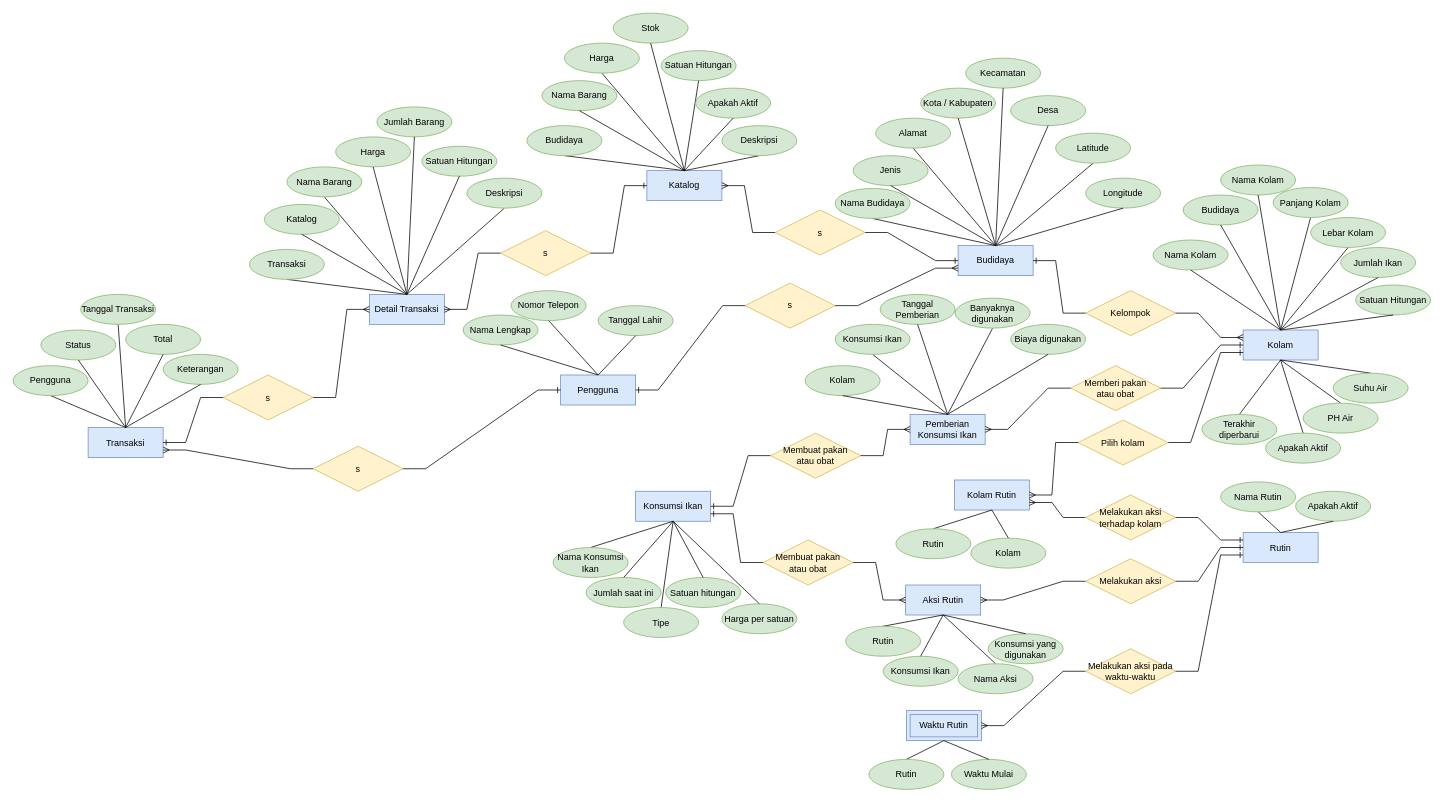
azliR/IF214002 keeps this draw.io diagram as pertemuan2/pertemuan2.drawio. Above is the earlier version. Source tidied: cells renumbered, new cells numbered last; positions are measured from the earlier drawing's top-left corner, leaving out a move shared by most shapes. Both pictures are drawn from the tidied source at 75%, with x=0, y=0 at pixel (13, 13).
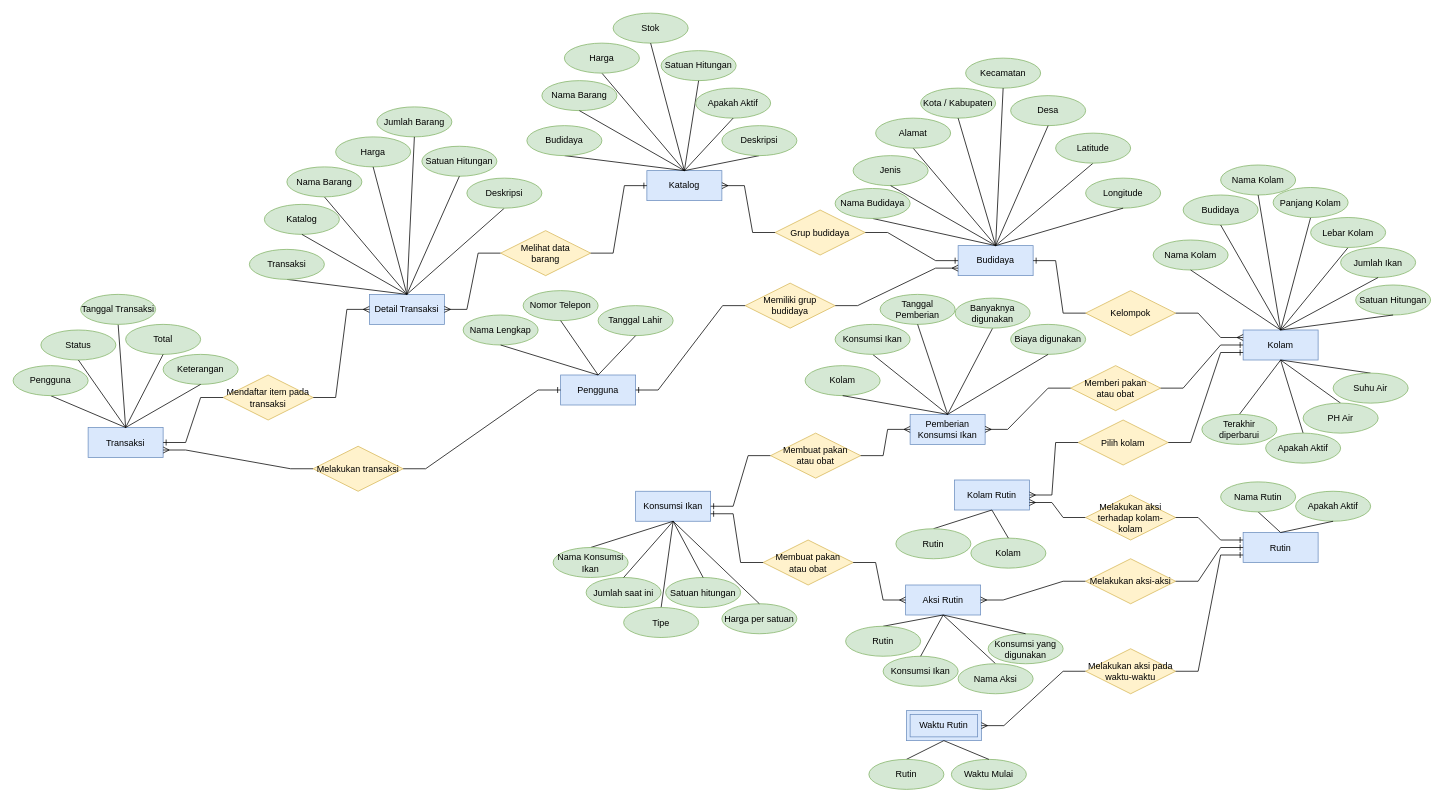
The same page after the edit.

Diff of the diagram source:
```diff
@@
     <mxCell id="3" value="Nomor Telepon" style="ellipse;whiteSpace=wrap;html=1;align=center;fillColor=#d5e8d4;strokeColor=#82b366;" parent="1" vertex="1">
-      <mxGeometry x="664" y="370" width="100" height="40" as="geometry" />
+      <mxGeometry x="680" y="370" width="100" height="40" as="geometry" />
     </mxCell>
@@
-    <mxCell id="111" value="Melakukan aksi terhadap kolam" style="shape=rhombus;perimeter=rhombusPerimeter;whiteSpace=wrap;html=1;align=center;fillColor=#fff2cc;strokeColor=#d6b656;" parent="1" vertex="1">
+    <mxCell id="111" value="Melakukan aksi terhadap kolam-kolam" style="shape=rhombus;perimeter=rhombusPerimeter;whiteSpace=wrap;html=1;align=center;fillColor=#fff2cc;strokeColor=#d6b656;" parent="1" vertex="1">
       <mxGeometry x="1430" y="642.5" width="120" height="60" as="geometry" />
     </mxCell>
@@
-    <mxCell id="114" value="Melakukan aksi" style="shape=rhombus;perimeter=rhombusPerimeter;whiteSpace=wrap;html=1;align=center;fillColor=#fff2cc;strokeColor=#d6b656;" parent="1" vertex="1">
+    <mxCell id="114" value="Melakukan aksi-aksi" style="shape=rhombus;perimeter=rhombusPerimeter;whiteSpace=wrap;html=1;align=center;fillColor=#fff2cc;strokeColor=#d6b656;" parent="1" vertex="1">
       <mxGeometry x="1430" y="727.5" width="120" height="60" as="geometry" />
     </mxCell>
@@
-    <mxCell id="132" value="s" style="shape=rhombus;perimeter=rhombusPerimeter;whiteSpace=wrap;html=1;align=center;fillColor=#fff2cc;strokeColor=#d6b656;" parent="1" vertex="1">
+    <mxCell id="132" value="Grup budidaya" style="shape=rhombus;perimeter=rhombusPerimeter;whiteSpace=wrap;html=1;align=center;fillColor=#fff2cc;strokeColor=#d6b656;" parent="1" vertex="1">
       <mxGeometry x="1016" y="262.5" width="120" height="60" as="geometry" />
     </mxCell>
@@
-    <mxCell id="161" value="s" style="shape=rhombus;perimeter=rhombusPerimeter;whiteSpace=wrap;html=1;align=center;fillColor=#fff2cc;strokeColor=#d6b656;" parent="1" vertex="1">
+    <mxCell id="161" value="Melihat data &lt;br&gt;barang" style="shape=rhombus;perimeter=rhombusPerimeter;whiteSpace=wrap;html=1;align=center;fillColor=#fff2cc;strokeColor=#d6b656;" parent="1" vertex="1">
       <mxGeometry x="650" y="290" width="120" height="60" as="geometry" />
     </mxCell>
@@
-    <mxCell id="164" value="s" style="shape=rhombus;perimeter=rhombusPerimeter;whiteSpace=wrap;html=1;align=center;fillColor=#fff2cc;strokeColor=#d6b656;" parent="1" vertex="1">
+    <mxCell id="164" value="Mendaftar item pada transaksi" style="shape=rhombus;perimeter=rhombusPerimeter;whiteSpace=wrap;html=1;align=center;fillColor=#fff2cc;strokeColor=#d6b656;" parent="1" vertex="1">
       <mxGeometry x="280" y="482.5" width="120" height="60" as="geometry" />
     </mxCell>
@@
-    <mxCell id="167" value="s" style="shape=rhombus;perimeter=rhombusPerimeter;whiteSpace=wrap;html=1;align=center;fillColor=#fff2cc;strokeColor=#d6b656;" parent="1" vertex="1">
+    <mxCell id="167" value="Melakukan transaksi" style="shape=rhombus;perimeter=rhombusPerimeter;whiteSpace=wrap;html=1;align=center;fillColor=#fff2cc;strokeColor=#d6b656;" parent="1" vertex="1">
       <mxGeometry x="400" y="577.5" width="120" height="60" as="geometry" />
     </mxCell>
@@
-    <mxCell id="170" value="s" style="shape=rhombus;perimeter=rhombusPerimeter;whiteSpace=wrap;html=1;align=center;fillColor=#fff2cc;strokeColor=#d6b656;" parent="1" vertex="1">
+    <mxCell id="170" value="Memiliki grup budidaya" style="shape=rhombus;perimeter=rhombusPerimeter;whiteSpace=wrap;html=1;align=center;fillColor=#fff2cc;strokeColor=#d6b656;" parent="1" vertex="1">
       <mxGeometry x="976" y="360" width="120" height="60" as="geometry" />
     </mxCell>
```
